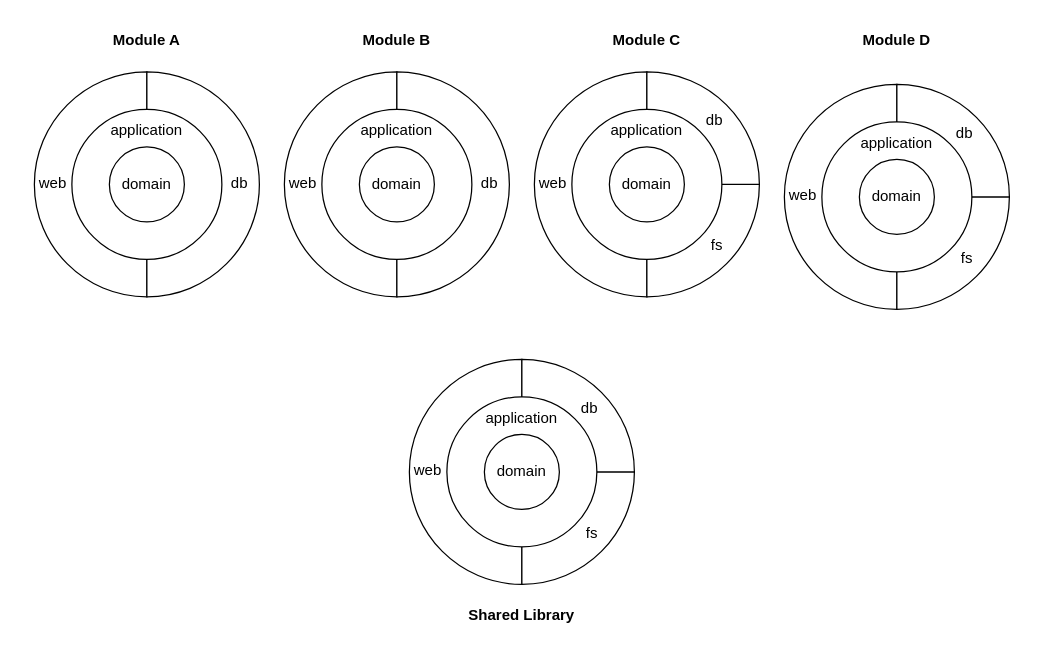
The draw.io diagram docs/diagrams/structure-03-different-shapes.drawio in ergon/arciphant, before the edit. Source tidied: cells renumbered, new cells numbered last; positions are measured from the earlier drawing's top-left corner, leaving out a move shared by most shapes. Both pictures are drawn from the tidied source at 125%, with x=0, y=0 at pixel (21, 21).
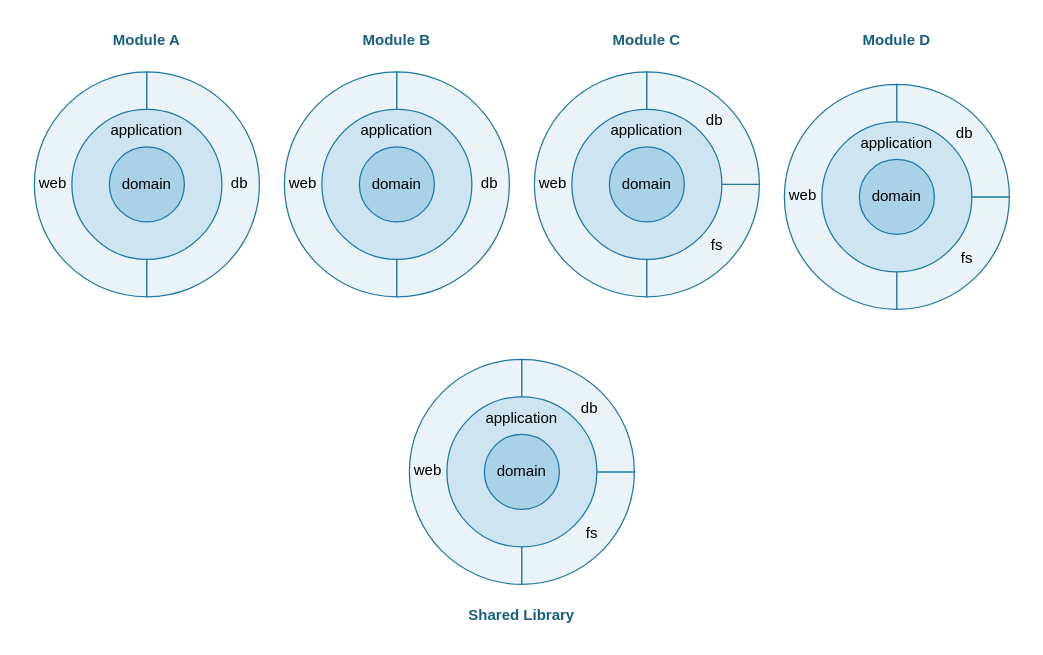
The same diagram, later.

The change refers to these unchanged cells:
```xml
<mxCell id="7" style="group;" parent="1" vertex="1">
  <mxGeometry x="410" y="40" width="180" height="180" as="geometry" />
</mxCell>
<mxCell id="13" style="group;" parent="1" vertex="1">
  <mxGeometry x="610" y="50" width="180" height="180" as="geometry" />
</mxCell>
<mxCell id="19" style="group;" parent="1" vertex="1">
  <mxGeometry x="210" y="40" width="180" height="180" as="geometry" />
</mxCell>
<mxCell id="25" style="group;" parent="1" vertex="1">
  <mxGeometry x="310" y="270" width="180" height="180" as="geometry" />
</mxCell>
```

Change to the diagram source:
```diff
@@
-    <mxCell id="2" style="rounded=0;whiteSpace=wrap;html=1;strokeColor=none;fillColor=none;" parent="1" vertex="1">
+    <mxCell id="2" style="rounded=0;whiteSpace=wrap;html=1;strokeColor=none;fillColor=none;fontColor=light-dark(#19607F,#93C3DB);" parent="1" vertex="1">
       <mxGeometry width="800" height="490" as="geometry" />
     </mxCell>
-    <mxCell id="3" value="&lt;b&gt;Module A&lt;/b&gt;" style="rounded=0;whiteSpace=wrap;html=1;strokeColor=none;fillColor=none;" parent="1" vertex="1">
+    <mxCell id="3" value="&lt;b&gt;Module A&lt;/b&gt;" style="rounded=0;whiteSpace=wrap;html=1;strokeColor=none;fillColor=none;fontColor=light-dark(#19607F,#93C3DB);" parent="1" vertex="1">
       <mxGeometry x="10" width="180" height="30" as="geometry" />
     </mxCell>
-    <mxCell id="4" value="&lt;b&gt;Module B&lt;/b&gt;" style="rounded=0;whiteSpace=wrap;html=1;strokeColor=none;fillColor=none;" parent="1" vertex="1">
+    <mxCell id="4" value="&lt;b&gt;Module B&lt;/b&gt;" style="rounded=0;whiteSpace=wrap;html=1;strokeColor=none;fillColor=none;fontColor=light-dark(#19607F,#93C3DB);" parent="1" vertex="1">
       <mxGeometry x="210" width="180" height="30" as="geometry" />
     </mxCell>
-    <mxCell id="5" value="&lt;b&gt;Module C&lt;/b&gt;" style="rounded=0;whiteSpace=wrap;html=1;strokeColor=none;fillColor=none;" parent="1" vertex="1">
+    <mxCell id="5" value="&lt;b&gt;Module C&lt;/b&gt;" style="rounded=0;whiteSpace=wrap;html=1;strokeColor=none;fillColor=none;fontColor=light-dark(#19607F,#93C3DB);" parent="1" vertex="1">
       <mxGeometry x="410" width="180" height="30" as="geometry" />
     </mxCell>
-    <mxCell id="6" value="&lt;b&gt;Module D&lt;/b&gt;" style="rounded=0;whiteSpace=wrap;html=1;strokeColor=none;fillColor=none;" parent="1" vertex="1">
+    <mxCell id="6" value="&lt;b&gt;Module D&lt;/b&gt;" style="rounded=0;whiteSpace=wrap;html=1;strokeColor=none;fillColor=none;fontColor=light-dark(#19607F,#93C3DB);" parent="1" vertex="1">
       <mxGeometry x="610" width="180" height="30" as="geometry" />
     </mxCell>
@@
-    <mxCell id="8" value="web" style="verticalLabelPosition=bottom;verticalAlign=top;html=1;shape=mxgraph.basic.pie;startAngle=0.5;endAngle=1;align=left;spacingLeft=2;spacingBottom=0;spacingTop=-105;" parent="7" vertex="1">
+    <mxCell id="8" value="web" style="verticalLabelPosition=bottom;verticalAlign=top;html=1;shape=mxgraph.basic.pie;startAngle=0.5;endAngle=1;align=left;spacingLeft=2;spacingBottom=0;spacingTop=-105;fillColor=light-dark(#EAF3F8,#12303E);strokeColor=light-dark(#2078A4,#7FB5D1);" parent="7" vertex="1">
       <mxGeometry width="180" height="180" as="geometry" />
     </mxCell>
-    <mxCell id="9" value="fs" style="verticalLabelPosition=bottom;verticalAlign=top;html=1;shape=mxgraph.basic.pie;startAngle=0.25;endAngle=0.5;align=right;spacingTop=-55;spacingRight=28;" parent="7" vertex="1">
+    <mxCell id="9" value="fs" style="verticalLabelPosition=bottom;verticalAlign=top;html=1;shape=mxgraph.basic.pie;startAngle=0.25;endAngle=0.5;align=right;spacingTop=-55;spacingRight=28;fillColor=light-dark(#EAF3F8,#12303E);strokeColor=light-dark(#2078A4,#7FB5D1);" parent="7" vertex="1">
       <mxGeometry width="180" height="180" as="geometry" />
     </mxCell>
-    <mxCell id="10" value="db" style="verticalLabelPosition=bottom;verticalAlign=top;html=1;shape=mxgraph.basic.pie;startAngle=0;endAngle=0.25;align=right;spacingTop=-155;spacingRight=28;" parent="7" vertex="1">
+    <mxCell id="10" value="db" style="verticalLabelPosition=bottom;verticalAlign=top;html=1;shape=mxgraph.basic.pie;startAngle=0;endAngle=0.25;align=right;spacingTop=-155;spacingRight=28;fillColor=light-dark(#EAF3F8,#12303E);strokeColor=light-dark(#2078A4,#7FB5D1);" parent="7" vertex="1">
       <mxGeometry width="180" height="180" as="geometry" />
     </mxCell>
-    <mxCell id="11" value="application" style="ellipse;whiteSpace=wrap;html=1;verticalAlign=top;spacingTop=3;" parent="7" vertex="1">
+    <mxCell id="11" value="application" style="ellipse;whiteSpace=wrap;html=1;verticalAlign=top;spacingTop=3;fillColor=light-dark(#CEE4F0,#1B4358);strokeColor=light-dark(#2078A4,#7FB5D1);" parent="7" vertex="1">
       <mxGeometry x="30" y="30" width="120" height="120" as="geometry" />
     </mxCell>
-    <mxCell id="12" value="domain" style="ellipse;whiteSpace=wrap;html=1;" parent="7" vertex="1">
+    <mxCell id="12" value="domain" style="ellipse;whiteSpace=wrap;html=1;fillColor=light-dark(#A9D2E6,#2A6A8C);strokeColor=light-dark(#2078A4,#7FB5D1);" parent="7" vertex="1">
       <mxGeometry x="60" y="60" width="60" height="60" as="geometry" />
     </mxCell>
@@
-    <mxCell id="14" value="web" style="verticalLabelPosition=bottom;verticalAlign=top;html=1;shape=mxgraph.basic.pie;startAngle=0.5;endAngle=1;align=left;spacingLeft=2;spacingBottom=0;spacingTop=-105;" parent="13" vertex="1">
+    <mxCell id="14" value="web" style="verticalLabelPosition=bottom;verticalAlign=top;html=1;shape=mxgraph.basic.pie;startAngle=0.5;endAngle=1;align=left;spacingLeft=2;spacingBottom=0;spacingTop=-105;fillColor=light-dark(#EAF3F8,#12303E);strokeColor=light-dark(#2078A4,#7FB5D1);" parent="13" vertex="1">
       <mxGeometry width="180" height="180" as="geometry" />
     </mxCell>
-    <mxCell id="15" value="fs" style="verticalLabelPosition=bottom;verticalAlign=top;html=1;shape=mxgraph.basic.pie;startAngle=0.25;endAngle=0.5;align=right;spacingTop=-55;spacingRight=28;" parent="13" vertex="1">
+    <mxCell id="15" value="fs" style="verticalLabelPosition=bottom;verticalAlign=top;html=1;shape=mxgraph.basic.pie;startAngle=0.25;endAngle=0.5;align=right;spacingTop=-55;spacingRight=28;fillColor=light-dark(#EAF3F8,#12303E);strokeColor=light-dark(#2078A4,#7FB5D1);" parent="13" vertex="1">
       <mxGeometry width="180" height="180" as="geometry" />
     </mxCell>
-    <mxCell id="16" value="db" style="verticalLabelPosition=bottom;verticalAlign=top;html=1;shape=mxgraph.basic.pie;startAngle=0;endAngle=0.25;align=right;spacingTop=-155;spacingRight=28;" parent="13" vertex="1">
+    <mxCell id="16" value="db" style="verticalLabelPosition=bottom;verticalAlign=top;html=1;shape=mxgraph.basic.pie;startAngle=0;endAngle=0.25;align=right;spacingTop=-155;spacingRight=28;fillColor=light-dark(#EAF3F8,#12303E);strokeColor=light-dark(#2078A4,#7FB5D1);" parent="13" vertex="1">
       <mxGeometry width="180" height="180" as="geometry" />
     </mxCell>
-    <mxCell id="17" value="application" style="ellipse;whiteSpace=wrap;html=1;verticalAlign=top;spacingTop=3;" parent="13" vertex="1">
+    <mxCell id="17" value="application" style="ellipse;whiteSpace=wrap;html=1;verticalAlign=top;spacingTop=3;fillColor=light-dark(#CEE4F0,#1B4358);strokeColor=light-dark(#2078A4,#7FB5D1);" parent="13" vertex="1">
       <mxGeometry x="30" y="30" width="120" height="120" as="geometry" />
     </mxCell>
-    <mxCell id="18" value="domain" style="ellipse;whiteSpace=wrap;html=1;" parent="13" vertex="1">
+    <mxCell id="18" value="domain" style="ellipse;whiteSpace=wrap;html=1;fillColor=light-dark(#A9D2E6,#2A6A8C);strokeColor=light-dark(#2078A4,#7FB5D1);" parent="13" vertex="1">
       <mxGeometry x="60" y="60" width="60" height="60" as="geometry" />
     </mxCell>
@@
-    <mxCell id="20" value="web" style="verticalLabelPosition=bottom;verticalAlign=top;html=1;shape=mxgraph.basic.pie;startAngle=0.5;endAngle=1;align=left;spacingLeft=2;spacingBottom=0;spacingTop=-105;" parent="19" vertex="1">
+    <mxCell id="20" value="web" style="verticalLabelPosition=bottom;verticalAlign=top;html=1;shape=mxgraph.basic.pie;startAngle=0.5;endAngle=1;align=left;spacingLeft=2;spacingBottom=0;spacingTop=-105;fillColor=light-dark(#EAF3F8,#12303E);strokeColor=light-dark(#2078A4,#7FB5D1);" parent="19" vertex="1">
       <mxGeometry width="180" height="180" as="geometry" />
     </mxCell>
-    <mxCell id="21" value="db" style="verticalLabelPosition=bottom;verticalAlign=top;html=1;shape=mxgraph.basic.pie;startAngle=0;endAngle=0.5;align=right;spacingTop=-105;spacingRight=8;" parent="19" vertex="1">
+    <mxCell id="21" value="db" style="verticalLabelPosition=bottom;verticalAlign=top;html=1;shape=mxgraph.basic.pie;startAngle=0;endAngle=0.5;align=right;spacingTop=-105;spacingRight=8;fillColor=light-dark(#EAF3F8,#12303E);strokeColor=light-dark(#2078A4,#7FB5D1);" parent="19" vertex="1">
       <mxGeometry width="180" height="180" as="geometry" />
     </mxCell>
-    <mxCell id="22" value="application" style="ellipse;whiteSpace=wrap;html=1;verticalAlign=top;spacingTop=3;" parent="19" vertex="1">
+    <mxCell id="22" value="application" style="ellipse;whiteSpace=wrap;html=1;verticalAlign=top;spacingTop=3;fillColor=light-dark(#CEE4F0,#1B4358);strokeColor=light-dark(#2078A4,#7FB5D1);" parent="19" vertex="1">
       <mxGeometry x="30" y="30" width="120" height="120" as="geometry" />
     </mxCell>
-    <mxCell id="23" value="domain" style="ellipse;whiteSpace=wrap;html=1;" parent="19" vertex="1">
+    <mxCell id="23" value="domain" style="ellipse;whiteSpace=wrap;html=1;fillColor=light-dark(#A9D2E6,#2A6A8C);strokeColor=light-dark(#2078A4,#7FB5D1);" parent="19" vertex="1">
       <mxGeometry x="60" y="60" width="60" height="60" as="geometry" />
     </mxCell>
-    <mxCell id="24" value="Shared Library" style="rounded=0;whiteSpace=wrap;html=1;strokeColor=none;fontStyle=1;fillColor=none;" parent="1" vertex="1">
+    <mxCell id="24" value="Shared Library" style="rounded=0;whiteSpace=wrap;html=1;strokeColor=none;fontStyle=1;fillColor=none;fontColor=light-dark(#19607F,#93C3DB);" parent="1" vertex="1">
       <mxGeometry x="310" y="460" width="180" height="30" as="geometry" />
     </mxCell>
@@
-    <mxCell id="26" value="web" style="verticalLabelPosition=bottom;verticalAlign=top;html=1;shape=mxgraph.basic.pie;startAngle=0.5;endAngle=1;align=left;spacingLeft=2;spacingBottom=0;spacingTop=-105;" parent="25" vertex="1">
+    <mxCell id="26" value="web" style="verticalLabelPosition=bottom;verticalAlign=top;html=1;shape=mxgraph.basic.pie;startAngle=0.5;endAngle=1;align=left;spacingLeft=2;spacingBottom=0;spacingTop=-105;fillColor=light-dark(#EAF3F8,#12303E);strokeColor=light-dark(#2078A4,#7FB5D1);" parent="25" vertex="1">
       <mxGeometry width="180" height="180" as="geometry" />
     </mxCell>
-    <mxCell id="27" value="fs" style="verticalLabelPosition=bottom;verticalAlign=top;html=1;shape=mxgraph.basic.pie;startAngle=0.25;endAngle=0.5;align=right;spacingTop=-55;spacingRight=28;" parent="25" vertex="1">
+    <mxCell id="27" value="fs" style="verticalLabelPosition=bottom;verticalAlign=top;html=1;shape=mxgraph.basic.pie;startAngle=0.25;endAngle=0.5;align=right;spacingTop=-55;spacingRight=28;fillColor=light-dark(#EAF3F8,#12303E);strokeColor=light-dark(#2078A4,#7FB5D1);" parent="25" vertex="1">
       <mxGeometry width="180" height="180" as="geometry" />
     </mxCell>
-    <mxCell id="28" value="db" style="verticalLabelPosition=bottom;verticalAlign=top;html=1;shape=mxgraph.basic.pie;startAngle=0;endAngle=0.25;align=right;spacingTop=-155;spacingRight=28;" parent="25" vertex="1">
+    <mxCell id="28" value="db" style="verticalLabelPosition=bottom;verticalAlign=top;html=1;shape=mxgraph.basic.pie;startAngle=0;endAngle=0.25;align=right;spacingTop=-155;spacingRight=28;fillColor=light-dark(#EAF3F8,#12303E);strokeColor=light-dark(#2078A4,#7FB5D1);" parent="25" vertex="1">
       <mxGeometry width="180" height="180" as="geometry" />
     </mxCell>
-    <mxCell id="29" value="application" style="ellipse;whiteSpace=wrap;html=1;verticalAlign=top;spacingTop=3;" parent="25" vertex="1">
+    <mxCell id="29" value="application" style="ellipse;whiteSpace=wrap;html=1;verticalAlign=top;spacingTop=3;fillColor=light-dark(#CEE4F0,#1B4358);strokeColor=light-dark(#2078A4,#7FB5D1);" parent="25" vertex="1">
       <mxGeometry x="30" y="30" width="120" height="120" as="geometry" />
     </mxCell>
-    <mxCell id="30" value="domain" style="ellipse;whiteSpace=wrap;html=1;" parent="25" vertex="1">
+    <mxCell id="30" value="domain" style="ellipse;whiteSpace=wrap;html=1;fillColor=light-dark(#A9D2E6,#2A6A8C);strokeColor=light-dark(#2078A4,#7FB5D1);" parent="25" vertex="1">
       <mxGeometry x="60" y="60" width="60" height="60" as="geometry" />
     </mxCell>
-    <mxCell id="31" value="web" style="verticalLabelPosition=bottom;verticalAlign=top;html=1;shape=mxgraph.basic.pie;startAngle=0.5;endAngle=1;align=left;spacingLeft=2;spacingBottom=0;spacingTop=-105;" parent="1" vertex="1">
+    <mxCell id="31" value="web" style="verticalLabelPosition=bottom;verticalAlign=top;html=1;shape=mxgraph.basic.pie;startAngle=0.5;endAngle=1;align=left;spacingLeft=2;spacingBottom=0;spacingTop=-105;fillColor=light-dark(#EAF3F8,#12303E);strokeColor=light-dark(#2078A4,#7FB5D1);" parent="1" vertex="1">
       <mxGeometry x="10" y="40" width="180" height="180" as="geometry" />
     </mxCell>
-    <mxCell id="32" value="db" style="verticalLabelPosition=bottom;verticalAlign=top;html=1;shape=mxgraph.basic.pie;startAngle=0;endAngle=0.5;align=right;spacingTop=-105;spacingRight=8;" parent="1" vertex="1">
+    <mxCell id="32" value="db" style="verticalLabelPosition=bottom;verticalAlign=top;html=1;shape=mxgraph.basic.pie;startAngle=0;endAngle=0.5;align=right;spacingTop=-105;spacingRight=8;fillColor=light-dark(#EAF3F8,#12303E);strokeColor=light-dark(#2078A4,#7FB5D1);" parent="1" vertex="1">
       <mxGeometry x="10" y="40" width="180" height="180" as="geometry" />
     </mxCell>
-    <mxCell id="33" value="application" style="ellipse;whiteSpace=wrap;html=1;verticalAlign=top;spacingTop=3;" parent="1" vertex="1">
+    <mxCell id="33" value="application" style="ellipse;whiteSpace=wrap;html=1;verticalAlign=top;spacingTop=3;fillColor=light-dark(#CEE4F0,#1B4358);strokeColor=light-dark(#2078A4,#7FB5D1);" parent="1" vertex="1">
       <mxGeometry x="40" y="70" width="120" height="120" as="geometry" />
     </mxCell>
-    <mxCell id="34" value="domain" style="ellipse;whiteSpace=wrap;html=1;" parent="1" vertex="1">
+    <mxCell id="34" value="domain" style="ellipse;whiteSpace=wrap;html=1;fillColor=light-dark(#A9D2E6,#2A6A8C);strokeColor=light-dark(#2078A4,#7FB5D1);" parent="1" vertex="1">
       <mxGeometry x="70" y="100" width="60" height="60" as="geometry" />
     </mxCell>
```
